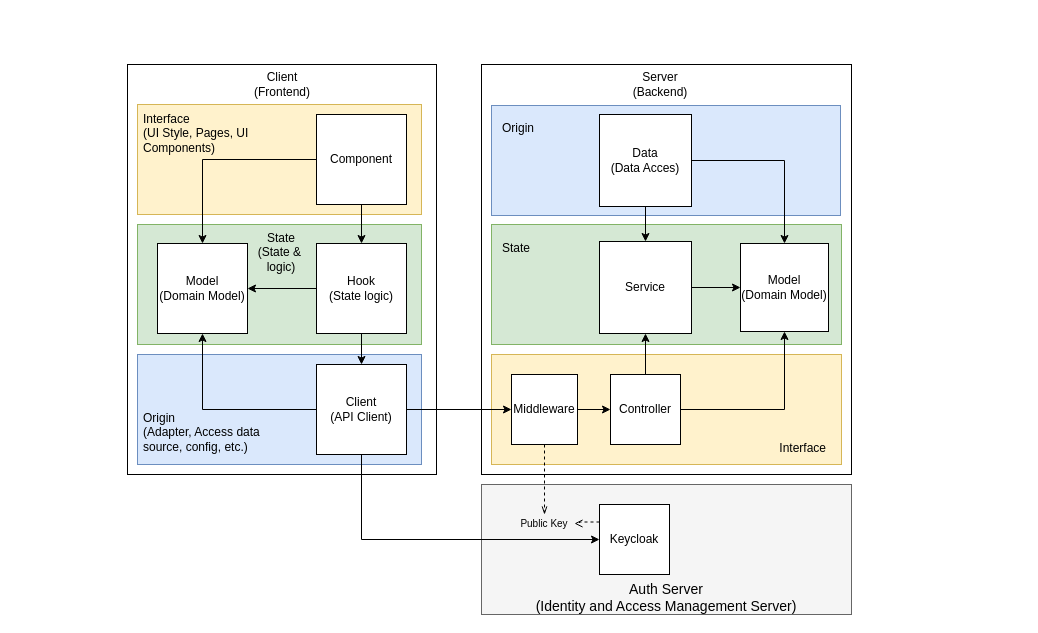
Before: page "Architecture" (3 of 4) of doc/Architecture diagrams.drawio in dariopalminio/daro-web-app, a draw.io diagram. Source tidied: cells renumbered, new cells numbered last; positions are measured from the earlier drawing's top-left corner, leaving out a move shared by most shapes. Both pictures are drawn from the tidied source at 100%, with x=0, y=0 at pixel (127, 64).
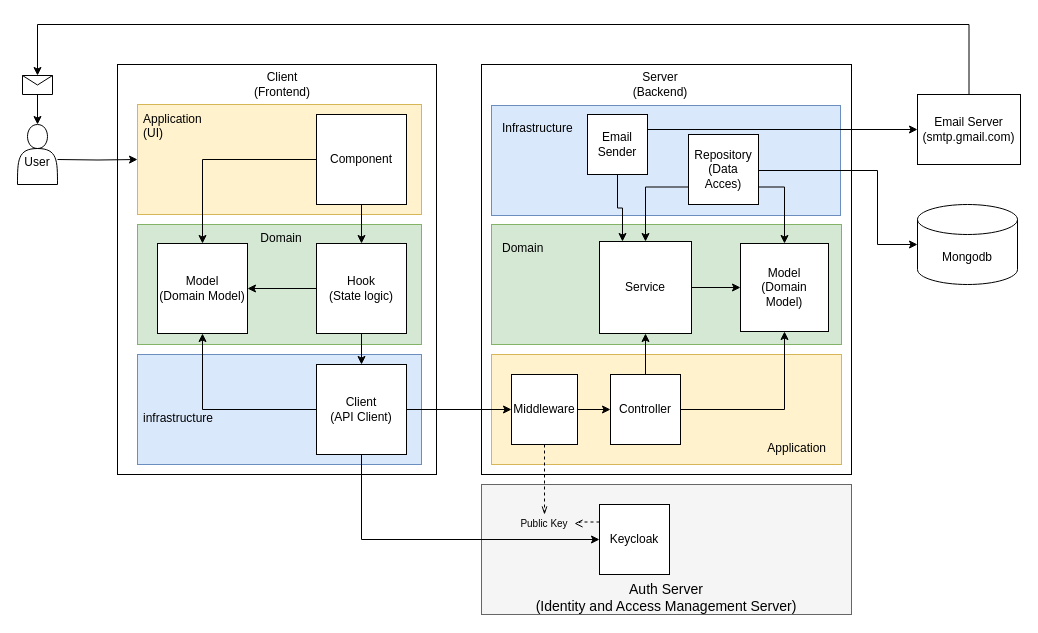
The same diagram, later.

The change refers to these unchanged cells:
```xml
<mxCell id="5" style="rounded=0;whiteSpace=wrap;html=1;fontSize=10;fillColor=#fff2cc;strokeColor=#d6b656;" parent="1" vertex="1">
  <mxGeometry x="10" y="40" width="284" height="110" as="geometry" />
</mxCell>
<mxCell id="12" value="Service" style="whiteSpace=wrap;html=1;" parent="1" vertex="1">
  <mxGeometry x="472" y="177" width="92" height="92" as="geometry" />
</mxCell>
```

Change to the diagram source:
```diff
@@
     <mxCell id="4" style="rounded=0;whiteSpace=wrap;html=1;" parent="1" vertex="1">
-      <mxGeometry width="309" height="410" as="geometry" />
+      <mxGeometry x="-10" width="319" height="410" as="geometry" />
     </mxCell>
@@
-    <mxCell id="16" style="edgeStyle=orthogonalEdgeStyle;rounded=0;jettySize=auto;html=1;entryX=0.5;entryY=0;entryDx=0;entryDy=0;" parent="1" edge="1" source="18" target="12">
+    <mxCell id="16" style="edgeStyle=orthogonalEdgeStyle;rounded=0;jettySize=auto;html=1;entryX=0.5;entryY=0;entryDx=0;entryDy=0;exitX=0;exitY=0.75;exitDx=0;exitDy=0;" parent="1" edge="1" source="18" target="12">
       <mxGeometry relative="1" as="geometry" />
     </mxCell>
-    <mxCell id="17" style="edgeStyle=orthogonalEdgeStyle;rounded=0;jettySize=auto;html=1;exitX=1;exitY=0.5;exitDx=0;exitDy=0;entryX=0.5;entryY=0;entryDx=0;entryDy=0;" parent="1" edge="1" source="18" target="19">
+    <mxCell id="17" style="edgeStyle=orthogonalEdgeStyle;rounded=0;jettySize=auto;html=1;exitX=1;exitY=0.75;exitDx=0;exitDy=0;entryX=0.5;entryY=0;entryDx=0;entryDy=0;" parent="1" edge="1" source="18" target="19">
       <mxGeometry relative="1" as="geometry" />
     </mxCell>
+    <mxCell id="46" style="edgeStyle=orthogonalEdgeStyle;rounded=0;jettySize=auto;html=1;entryX=0;entryY=0.5;entryDx=0;entryDy=0;exitX=1;exitY=0.25;exitDx=0;exitDy=0;" parent="1" edge="1" source="52" target="49">
+      <mxGeometry relative="1" as="geometry" />
+    </mxCell>
+    <mxCell id="47" style="edgeStyle=orthogonalEdgeStyle;rounded=0;jettySize=auto;html=1;entryX=0;entryY=0.5;entryDx=0;entryDy=0;entryPerimeter=0;" parent="1" edge="1" source="18" target="56">
+      <mxGeometry relative="1" as="geometry">
+        <Array as="points">
+          <mxPoint x="750" y="106" />
+          <mxPoint x="750" y="180" />
+        </Array>
+      </mxGeometry>
+    </mxCell>
-    <mxCell id="18" value="Data&lt;br&gt;(Data Acces)" style="whiteSpace=wrap;html=1;" parent="1" vertex="1">
-      <mxGeometry x="472" y="50" width="92" height="92" as="geometry" />
+    <mxCell id="18" value="Repository&lt;br&gt;(Data Acces)" style="whiteSpace=wrap;html=1;" parent="1" vertex="1">
+      <mxGeometry x="561" y="70" width="70" height="70" as="geometry" />
     </mxCell>
-    <mxCell id="19" value="Model&lt;br&gt;(Domain Model)" style="whiteSpace=wrap;html=1;" parent="1" vertex="1">
+    <mxCell id="19" value="Model&lt;br&gt;(Domain &lt;br&gt;Model)" style="whiteSpace=wrap;html=1;" parent="1" vertex="1">
       <mxGeometry x="613" y="179" width="88" height="88" as="geometry" />
     </mxCell>
@@
-    <mxCell id="40" value="&lt;span style=&quot;color: rgb(0 , 0 , 0) ; font-family: &amp;#34;helvetica&amp;#34; ; font-size: 12px ; font-style: normal ; font-weight: 400 ; letter-spacing: normal ; text-align: center ; text-indent: 0px ; text-transform: none ; word-spacing: 0px ; display: inline ; float: none&quot;&gt;Origin&lt;/span&gt;&lt;br style=&quot;color: rgb(0 , 0 , 0) ; font-family: &amp;#34;helvetica&amp;#34; ; font-size: 12px ; font-style: normal ; font-weight: 400 ; letter-spacing: normal ; text-align: center ; text-indent: 0px ; text-transform: none ; word-spacing: 0px&quot;&gt;&lt;span style=&quot;color: rgb(0 , 0 , 0) ; font-family: &amp;#34;helvetica&amp;#34; ; font-size: 12px ; font-style: normal ; font-weight: 400 ; letter-spacing: normal ; text-align: center ; text-indent: 0px ; text-transform: none ; word-spacing: 0px ; display: inline ; float: none&quot;&gt;(Adapter, Access data source, config, etc.)&lt;/span&gt;" style="text;whiteSpace=wrap;html=1;fontSize=10;" parent="1" vertex="1">
+    <mxCell id="40" value="&lt;div style=&quot;text-align: center&quot;&gt;&lt;span style=&quot;font-size: 12px&quot;&gt;&lt;font face=&quot;helvetica&quot;&gt;infrastructure&lt;/font&gt;&lt;/span&gt;&lt;/div&gt;" style="text;whiteSpace=wrap;html=1;fontSize=10;" parent="1" vertex="1">
       <mxGeometry x="14" y="340" width="140" height="50" as="geometry" />
     </mxCell>
-    <mxCell id="41" value="&lt;font face=&quot;helvetica&quot;&gt;&lt;span style=&quot;font-size: 12px&quot;&gt;Interface&lt;/span&gt;&lt;/font&gt;" style="text;whiteSpace=wrap;html=1;fontSize=10;align=right;" parent="1" vertex="1">
+    <mxCell id="41" value="&lt;font face=&quot;helvetica&quot;&gt;&lt;span style=&quot;font-size: 12px&quot;&gt;Application&lt;/span&gt;&lt;/font&gt;" style="text;whiteSpace=wrap;html=1;fontSize=10;align=right;" parent="1" vertex="1">
       <mxGeometry x="561" y="370" width="140" height="30" as="geometry" />
     </mxCell>
-    <mxCell id="42" value="&lt;font face=&quot;helvetica&quot;&gt;&lt;span style=&quot;font-size: 12px&quot;&gt;State&lt;/span&gt;&lt;/font&gt;" style="text;whiteSpace=wrap;html=1;fontSize=10;align=left;" parent="1" vertex="1">
+    <mxCell id="42" value="&lt;font face=&quot;helvetica&quot;&gt;&lt;span style=&quot;font-size: 12px&quot;&gt;Domain&lt;/span&gt;&lt;/font&gt;" style="text;whiteSpace=wrap;html=1;fontSize=10;align=left;" parent="1" vertex="1">
       <mxGeometry x="373" y="170" width="61" height="40" as="geometry" />
     </mxCell>
-    <mxCell id="43" value="&lt;font face=&quot;helvetica&quot;&gt;&lt;span style=&quot;font-size: 12px&quot;&gt;State&lt;br&gt;&lt;div&gt;&lt;span&gt;(State &amp;amp;&amp;nbsp;&lt;/span&gt;&lt;/div&gt;&lt;div&gt;&lt;span&gt;logic)&lt;/span&gt;&lt;/div&gt;&lt;/span&gt;&lt;/font&gt;" style="text;whiteSpace=wrap;html=1;fontSize=10;align=center;" parent="1" vertex="1">
+    <mxCell id="43" value="&lt;font face=&quot;helvetica&quot;&gt;&lt;span style=&quot;font-size: 12px&quot;&gt;Domain&lt;/span&gt;&lt;/font&gt;" style="text;whiteSpace=wrap;html=1;fontSize=10;align=center;" parent="1" vertex="1">
       <mxGeometry x="104" y="160" width="100" height="40" as="geometry" />
     </mxCell>
-    <mxCell id="44" value="&lt;div&gt;&lt;span style=&quot;font-size: 12px ; font-family: &amp;#34;helvetica&amp;#34;&quot;&gt;Interface&lt;/span&gt;&lt;/div&gt;&lt;span style=&quot;font-size: 12px&quot;&gt;&lt;div&gt;&lt;span&gt;(UI Style, Pages, UI Components)&lt;/span&gt;&lt;/div&gt;&lt;/span&gt;" style="text;whiteSpace=wrap;html=1;fontSize=10;align=left;" parent="1" vertex="1">
+    <mxCell id="44" value="&lt;div&gt;&lt;font face=&quot;helvetica&quot;&gt;&lt;span style=&quot;font-size: 12px&quot;&gt;Application&lt;/span&gt;&lt;/font&gt;&lt;/div&gt;&lt;div&gt;&lt;font face=&quot;helvetica&quot;&gt;&lt;span style=&quot;font-size: 12px&quot;&gt;(UI)&lt;/span&gt;&lt;/font&gt;&lt;/div&gt;" style="text;whiteSpace=wrap;html=1;fontSize=10;align=left;" parent="1" vertex="1">
       <mxGeometry x="14" y="41" width="140" height="40" as="geometry" />
     </mxCell>
-    <mxCell id="45" value="&lt;font face=&quot;helvetica&quot;&gt;&lt;span style=&quot;font-size: 12px&quot;&gt;Origin&lt;/span&gt;&lt;/font&gt;" style="text;whiteSpace=wrap;html=1;fontSize=10;align=left;" parent="1" vertex="1">
+    <mxCell id="45" value="&lt;font face=&quot;helvetica&quot;&gt;&lt;span style=&quot;font-size: 12px&quot;&gt;Infrastructure&lt;/span&gt;&lt;/font&gt;" style="text;whiteSpace=wrap;html=1;fontSize=10;align=left;" parent="1" vertex="1">
       <mxGeometry x="373" y="50" width="61" height="40" as="geometry" />
     </mxCell>
+    <mxCell id="48" style="edgeStyle=orthogonalEdgeStyle;rounded=0;jettySize=auto;html=1;entryX=0.5;entryY=0;entryDx=0;entryDy=0;" parent="1" edge="1" source="49" target="55">
+      <mxGeometry relative="1" as="geometry">
+        <Array as="points">
+          <mxPoint x="842" y="-40" />
+          <mxPoint x="-90" y="-40" />
+        </Array>
+      </mxGeometry>
+    </mxCell>
+    <mxCell id="49" value="Email Server &lt;br&gt;(smtp.gmail.com)" style="rounded=0;whiteSpace=wrap;html=1;" parent="1" vertex="1">
+      <mxGeometry x="790" y="30" width="103" height="70" as="geometry" />
+    </mxCell>
+    <mxCell id="50" style="edgeStyle=orthogonalEdgeStyle;rounded=0;jettySize=auto;html=1;" parent="1" edge="1" target="5">
+      <mxGeometry relative="1" as="geometry">
+        <mxPoint x="-70" y="95" as="sourcePoint" />
+      </mxGeometry>
+    </mxCell>
+    <mxCell id="51" style="edgeStyle=orthogonalEdgeStyle;rounded=0;jettySize=auto;html=1;entryX=0.25;entryY=0;entryDx=0;entryDy=0;" parent="1" edge="1" source="52" target="12">
+      <mxGeometry relative="1" as="geometry" />
+    </mxCell>
+    <mxCell id="52" value="Email Sender" style="whiteSpace=wrap;html=1;" parent="1" vertex="1">
+      <mxGeometry x="460" y="50" width="60" height="60" as="geometry" />
+    </mxCell>
+    <mxCell id="53" value="&lt;br&gt;User" style="shape=actor;whiteSpace=wrap;html=1;" parent="1" vertex="1">
+      <mxGeometry x="-110" y="60" width="40" height="60" as="geometry" />
+    </mxCell>
+    <mxCell id="54" style="edgeStyle=orthogonalEdgeStyle;rounded=0;jettySize=auto;html=1;entryX=0.5;entryY=0;entryDx=0;entryDy=0;" parent="1" edge="1" source="55" target="53">
+      <mxGeometry relative="1" as="geometry" />
+    </mxCell>
+    <mxCell id="55" style="shape=message;html=1;whiteSpace=wrap;html=1;outlineConnect=0;" parent="1" vertex="1">
+      <mxGeometry x="-105" y="11" width="30" height="19" as="geometry" />
+    </mxCell>
+    <mxCell id="56" value="&lt;span&gt;Mongodb&lt;/span&gt;" style="shape=cylinder3;whiteSpace=wrap;html=1;boundedLbl=1;backgroundOutline=1;size=15;" parent="1" vertex="1">
+      <mxGeometry x="790" y="140" width="100" height="80" as="geometry" />
+    </mxCell>
```
